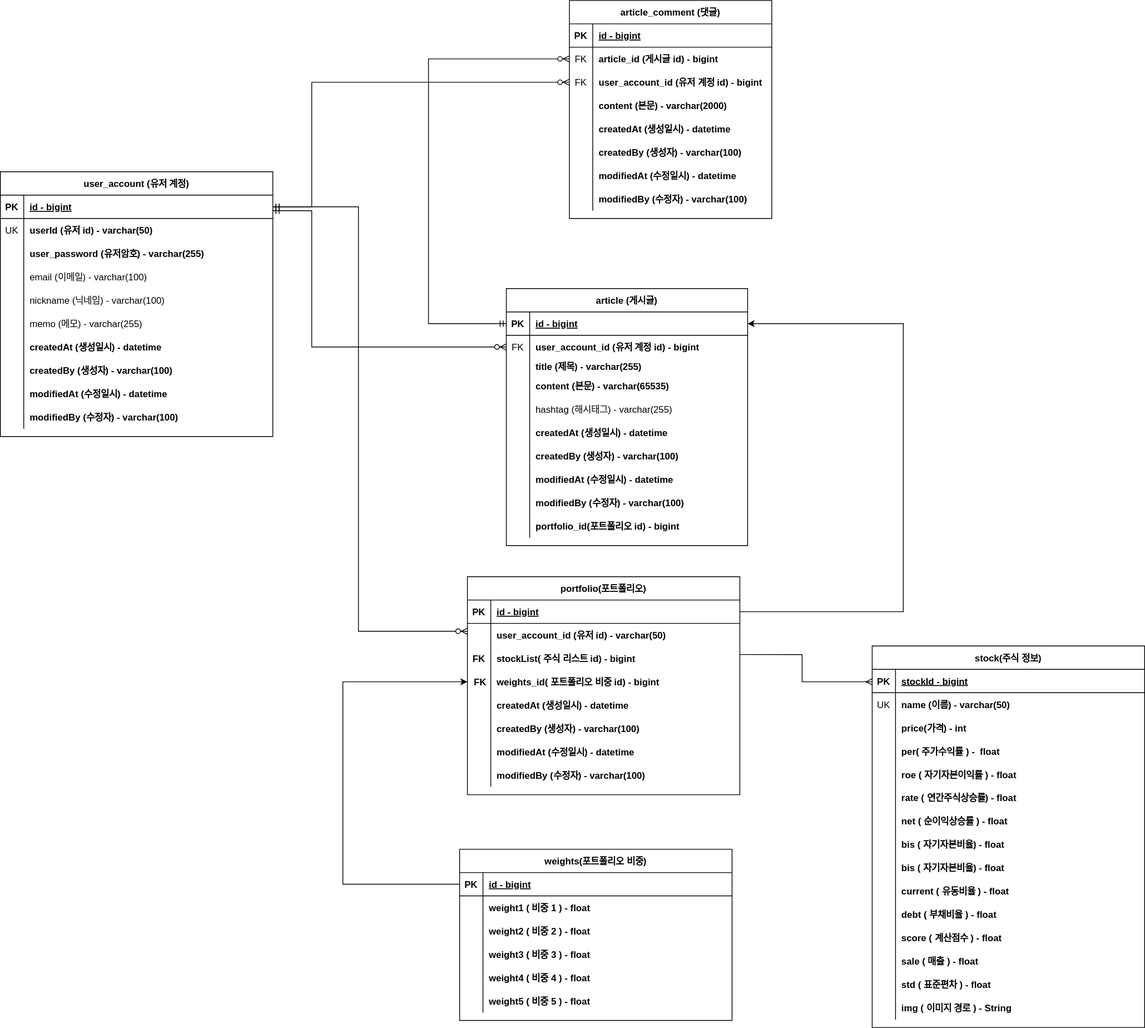
This is document/jupoza-erd.svg from TeamJupoza/Jupoza, a draw.io export, as it was before one commit. Source tidied: cells renumbered, new cells last; positions are measured from the earlier drawing's top-left corner, leaving out a move shared by most shapes.
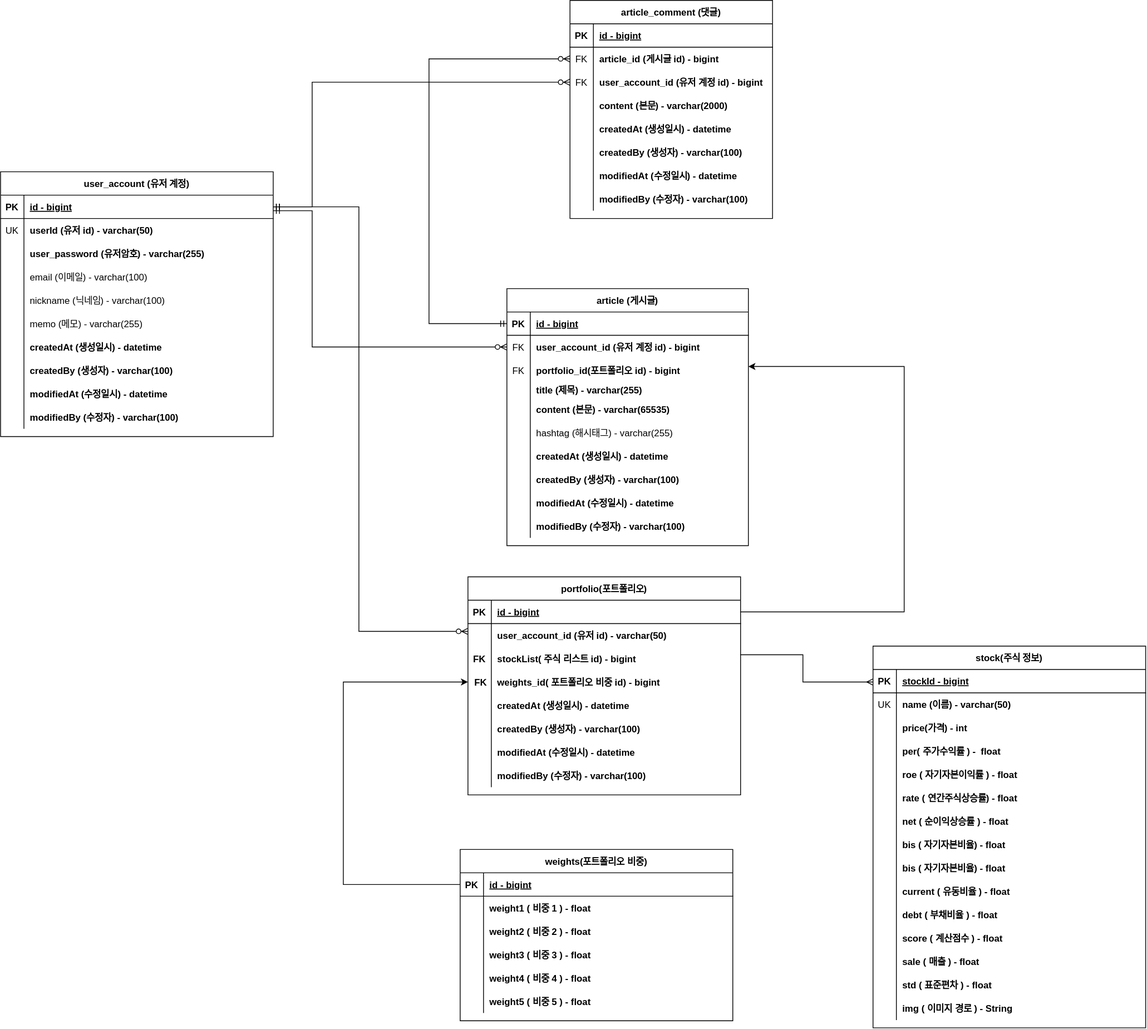
Later version of the same file.

Commit message:
#31 - 잘못된 erd 업데이트

포트폴리오 엔티티와 게시글 엔티티의 잘못된 연결을 수정함

Diff of the diagram source:
```diff
@@ -23,8 +23,17 @@
     <mxCell id="8" value="user_account_id (유저 계정 id) - bigint" style="shape=partialRectangle;fillColor=none;top=0;left=0;bottom=0;right=0;align=left;spacingLeft=6;overflow=hidden;fontStyle=1;" parent="6" vertex="1">
       <mxGeometry x="30" width="280" height="30" as="geometry" />
     </mxCell>
+    <mxCell id="30" style="shape=tableRow;horizontal=0;startSize=0;swimlaneHead=0;swimlaneBody=0;fillColor=none;top=0;left=0;right=0;bottom=0;" parent="2" vertex="1">
+      <mxGeometry y="90" width="310" height="30" as="geometry" />
+    </mxCell>
+    <mxCell id="31" value="FK" style="shape=partialRectangle;fillColor=none;top=0;left=0;bottom=0;right=0;overflow=hidden;" parent="30" vertex="1">
+      <mxGeometry width="30" height="30" as="geometry" />
+    </mxCell>
+    <mxCell id="32" value="portfolio_id(포트폴리오 id) - bigint" style="shape=partialRectangle;fillColor=none;top=0;left=0;bottom=0;right=0;align=left;spacingLeft=6;overflow=hidden;fontStyle=1;" parent="30" vertex="1">
+      <mxGeometry x="30" width="280" height="30" as="geometry" />
+    </mxCell>
     <mxCell id="9" style="shape=tableRow;horizontal=0;startSize=0;swimlaneHead=0;swimlaneBody=0;fillColor=none;top=0;left=0;right=0;bottom=0;" parent="2" vertex="1">
-      <mxGeometry y="90" width="310" height="20" as="geometry" />
+      <mxGeometry y="120" width="310" height="20" as="geometry" />
     </mxCell>
     <mxCell id="10" style="shape=partialRectangle;fillColor=none;top=0;left=0;bottom=0;right=0;overflow=hidden;" parent="9" vertex="1">
       <mxGeometry width="30" height="20" as="geometry" />
@@ -33,7 +42,7 @@
       <mxGeometry x="30" width="280" height="20" as="geometry" />
     </mxCell>
     <mxCell id="12" style="shape=tableRow;horizontal=0;startSize=0;swimlaneHead=0;swimlaneBody=0;fillColor=none;top=0;left=0;right=0;bottom=0;" parent="2" vertex="1">
-      <mxGeometry y="110" width="310" height="30" as="geometry" />
+      <mxGeometry y="140" width="310" height="30" as="geometry" />
     </mxCell>
     <mxCell id="13" style="shape=partialRectangle;fillColor=none;top=0;left=0;bottom=0;right=0;overflow=hidden;" parent="12" vertex="1">
       <mxGeometry width="30" height="30" as="geometry" />
@@ -42,7 +51,7 @@
       <mxGeometry x="30" width="280" height="30" as="geometry" />
     </mxCell>
     <mxCell id="15" style="shape=tableRow;horizontal=0;startSize=0;swimlaneHead=0;swimlaneBody=0;fillColor=none;top=0;left=0;right=0;bottom=0;" parent="2" vertex="1">
-      <mxGeometry y="140" width="310" height="30" as="geometry" />
+      <mxGeometry y="170" width="310" height="30" as="geometry" />
     </mxCell>
     <mxCell id="16" style="shape=partialRectangle;fillColor=none;top=0;left=0;bottom=0;right=0;overflow=hidden;" parent="15" vertex="1">
       <mxGeometry width="30" height="30" as="geometry" />
@@ -51,7 +60,7 @@
       <mxGeometry x="30" width="280" height="30" as="geometry" />
     </mxCell>
     <mxCell id="18" style="shape=tableRow;horizontal=0;startSize=0;swimlaneHead=0;swimlaneBody=0;fillColor=none;top=0;left=0;right=0;bottom=0;" parent="2" vertex="1">
-      <mxGeometry y="170" width="310" height="30" as="geometry" />
+      <mxGeometry y="200" width="310" height="30" as="geometry" />
     </mxCell>
     <mxCell id="19" style="shape=partialRectangle;fillColor=none;top=0;left=0;bottom=0;right=0;overflow=hidden;" parent="18" vertex="1">
       <mxGeometry width="30" height="30" as="geometry" />
@@ -60,7 +69,7 @@
       <mxGeometry x="30" width="280" height="30" as="geometry" />
     </mxCell>
     <mxCell id="21" style="shape=tableRow;horizontal=0;startSize=0;swimlaneHead=0;swimlaneBody=0;fillColor=none;top=0;left=0;right=0;bottom=0;" parent="2" vertex="1">
-      <mxGeometry y="200" width="310" height="30" as="geometry" />
+      <mxGeometry y="230" width="310" height="30" as="geometry" />
     </mxCell>
     <mxCell id="22" style="shape=partialRectangle;fillColor=none;top=0;left=0;bottom=0;right=0;overflow=hidden;" parent="21" vertex="1">
       <mxGeometry width="30" height="30" as="geometry" />
@@ -69,7 +78,7 @@
       <mxGeometry x="30" width="280" height="30" as="geometry" />
     </mxCell>
     <mxCell id="24" style="shape=tableRow;horizontal=0;startSize=0;swimlaneHead=0;swimlaneBody=0;fillColor=none;top=0;left=0;right=0;bottom=0;" parent="2" vertex="1">
-      <mxGeometry y="230" width="310" height="30" as="geometry" />
+      <mxGeometry y="260" width="310" height="30" as="geometry" />
     </mxCell>
     <mxCell id="25" style="shape=partialRectangle;fillColor=none;top=0;left=0;bottom=0;right=0;overflow=hidden;" parent="24" vertex="1">
       <mxGeometry width="30" height="30" as="geometry" />
@@ -78,7 +87,7 @@
       <mxGeometry x="30" width="280" height="30" as="geometry" />
     </mxCell>
     <mxCell id="27" style="shape=tableRow;horizontal=0;startSize=0;swimlaneHead=0;swimlaneBody=0;fillColor=none;top=0;left=0;right=0;bottom=0;" parent="2" vertex="1">
-      <mxGeometry y="260" width="310" height="30" as="geometry" />
+      <mxGeometry y="290" width="310" height="30" as="geometry" />
     </mxCell>
     <mxCell id="28" style="shape=partialRectangle;fillColor=none;top=0;left=0;bottom=0;right=0;overflow=hidden;" parent="27" vertex="1">
       <mxGeometry width="30" height="30" as="geometry" />
@@ -86,15 +95,6 @@
     <mxCell id="29" value="modifiedBy (수정자) - varchar(100)" style="shape=partialRectangle;fillColor=none;top=0;left=0;bottom=0;right=0;align=left;spacingLeft=6;overflow=hidden;fontStyle=1;" parent="27" vertex="1">
       <mxGeometry x="30" width="280" height="30" as="geometry" />
     </mxCell>
-    <mxCell id="30" style="shape=tableRow;horizontal=0;startSize=0;swimlaneHead=0;swimlaneBody=0;fillColor=none;top=0;left=0;right=0;bottom=0;" parent="2" vertex="1">
-      <mxGeometry y="290" width="310" height="30" as="geometry" />
-    </mxCell>
-    <mxCell id="31" style="shape=partialRectangle;fillColor=none;top=0;left=0;bottom=0;right=0;overflow=hidden;" parent="30" vertex="1">
-      <mxGeometry width="30" height="30" as="geometry" />
-    </mxCell>
-    <mxCell id="32" value="portfolio_id(포트폴리오 id) - bigint" style="shape=partialRectangle;fillColor=none;top=0;left=0;bottom=0;right=0;align=left;spacingLeft=6;overflow=hidden;fontStyle=1;" parent="30" vertex="1">
-      <mxGeometry x="30" width="280" height="30" as="geometry" />
-    </mxCell>
     <mxCell id="33" value="article_comment (댓글)" style="shape=table;startSize=30;rowLines=0;fontStyle=1;align=center;" parent="1" vertex="1">
       <mxGeometry x="731" width="260" height="280" as="geometry" />
     </mxCell>
@@ -520,12 +520,13 @@
         </Array>
       </mxGeometry>
     </mxCell>
-    <mxCell id="165" style="endArrow=classic;html=1;rounded=0;strokeColor=default;exitX=1;exitY=0.5;exitDx=0;exitDy=0;entryX=1;entryY=0.5;entryDx=0;entryDy=0;endFill=1;" parent="1" edge="1" source="92" target="3">
+    <mxCell id="165" style="endArrow=classic;html=1;rounded=0;strokeColor=default;exitX=1;exitY=0.5;exitDx=0;exitDy=0;endFill=1;" parent="1" edge="1" source="92">
       <mxGeometry relative="1" as="geometry">
+        <mxPoint x="960" y="470" as="targetPoint" />
         <Array as="points">
           <mxPoint x="1160" y="785" />
           <mxPoint x="1160" y="600" />
-          <mxPoint x="1160" y="415" />
+          <mxPoint x="1160" y="470" />
         </Array>
       </mxGeometry>
     </mxCell>
```
